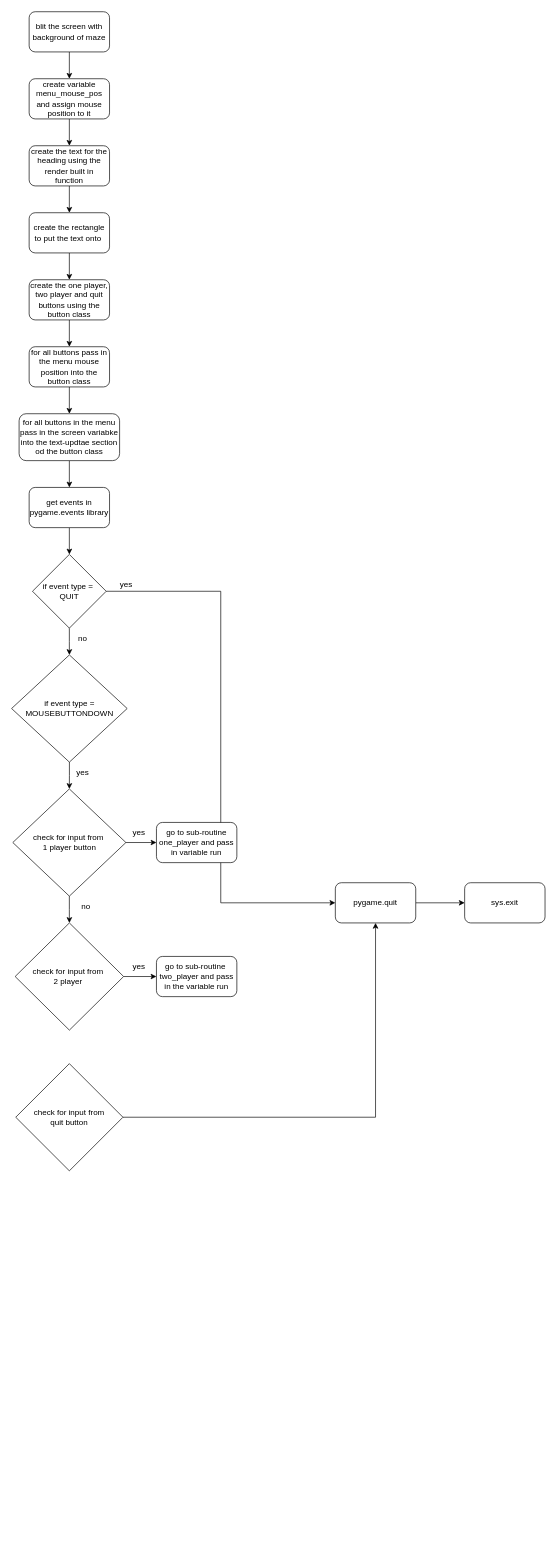
This is flowchart.drawio from fineagling/first-repo, a draw.io file, before an edit. Source tidied: cells renumbered, new cells numbered last; positions are measured from the earlier drawing's top-left corner, leaving out a move shared by most shapes. Both pictures are drawn from the tidied source at 67%, with x=0, y=0 at pixel (11, 11).
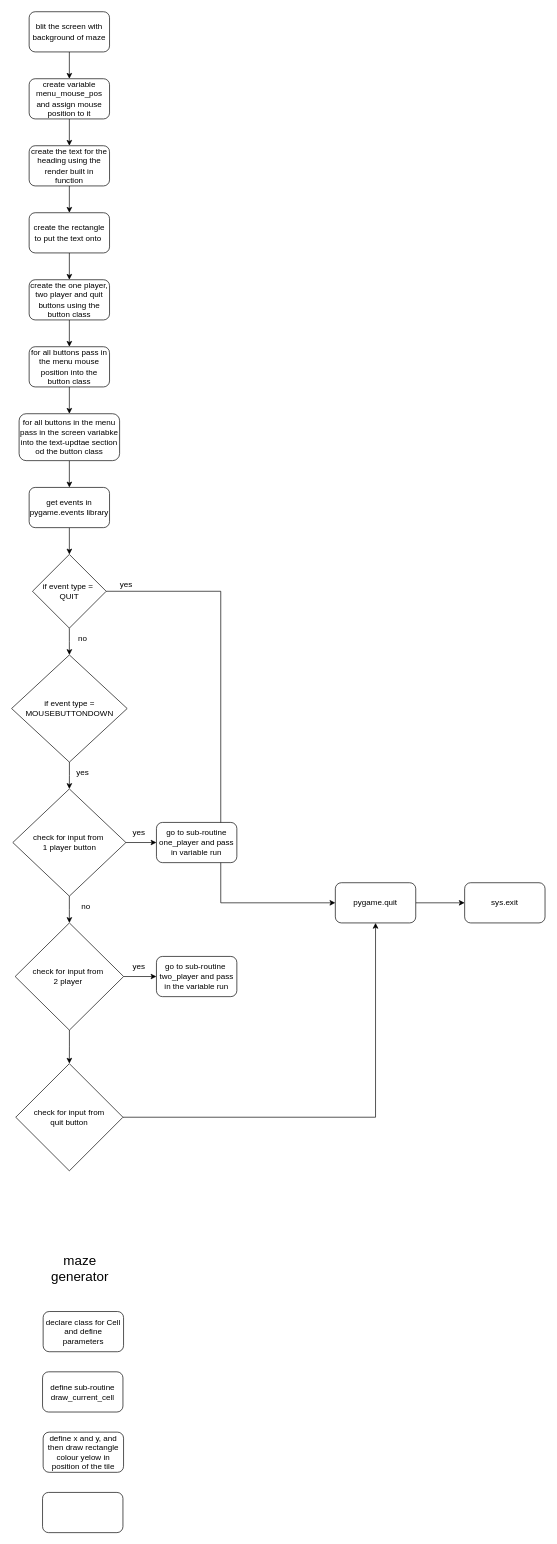
After the change.

Unchanged cells that the change refers to:
```xml
<mxCell id="31" value="check for input from&amp;nbsp;&lt;div&gt;2 player&amp;nbsp;&lt;/div&gt;" style="rhombus;whiteSpace=wrap;html=1;" parent="1" vertex="1">
  <mxGeometry x="5.1" y="1360" width="161.9" height="160" as="geometry" />
</mxCell>
<mxCell id="40" value="check for input from&lt;div&gt;quit button&lt;/div&gt;" style="rhombus;whiteSpace=wrap;html=1;" parent="1" vertex="1">
  <mxGeometry x="6" y="1570" width="160" height="160" as="geometry" />
</mxCell>
```

What changed in the source:
```diff
@@
+    <mxCell id="41" style="edgeStyle=orthogonalEdgeStyle;rounded=0;jettySize=auto;html=1;entryX=0.5;entryY=0;entryDx=0;entryDy=0;" parent="1" edge="1" source="31" target="40">
+      <mxGeometry relative="1" as="geometry" />
+    </mxCell>
@@
+    <mxCell id="42" value="&lt;font style=&quot;font-size: 20px;&quot;&gt;maze generator&lt;/font&gt;" style="text;html=1;align=center;verticalAlign=middle;whiteSpace=wrap;rounded=0;" parent="1" vertex="1">
+      <mxGeometry x="46.9" y="1840" width="110" height="70" as="geometry" />
+    </mxCell>
+    <mxCell id="43" value="declare class for Cell and define parameters" style="rounded=1;whiteSpace=wrap;html=1;" parent="1" vertex="1">
+      <mxGeometry x="46.9" y="1940" width="120" height="60" as="geometry" />
+    </mxCell>
+    <mxCell id="44" value="define sub-routine draw_current_cell" style="rounded=1;whiteSpace=wrap;html=1;" parent="1" vertex="1">
+      <mxGeometry x="46" y="2030" width="120" height="60" as="geometry" />
+    </mxCell>
+    <mxCell id="45" value="define x and y, and then draw rectangle colour yelow in position of the tile" style="rounded=1;whiteSpace=wrap;html=1;" parent="1" vertex="1">
+      <mxGeometry x="46.9" y="2120" width="120" height="60" as="geometry" />
+    </mxCell>
+    <mxCell id="46" style="edgeStyle=orthogonalEdgeStyle;rounded=0;orthogonalLoop=1;jettySize=auto;html=1;exitX=1;exitY=0.5;exitDx=0;exitDy=0;entryX=1;entryY=0.5;entryDx=0;entryDy=0;" parent="1" edge="1" source="47" target="47">
+      <mxGeometry relative="1" as="geometry" />
+    </mxCell>
+    <mxCell id="47" style="rounded=1;whiteSpace=wrap;html=1;" parent="1" vertex="1">
+      <mxGeometry x="46" y="2210" width="120" height="60" as="geometry" />
+    </mxCell>
```
